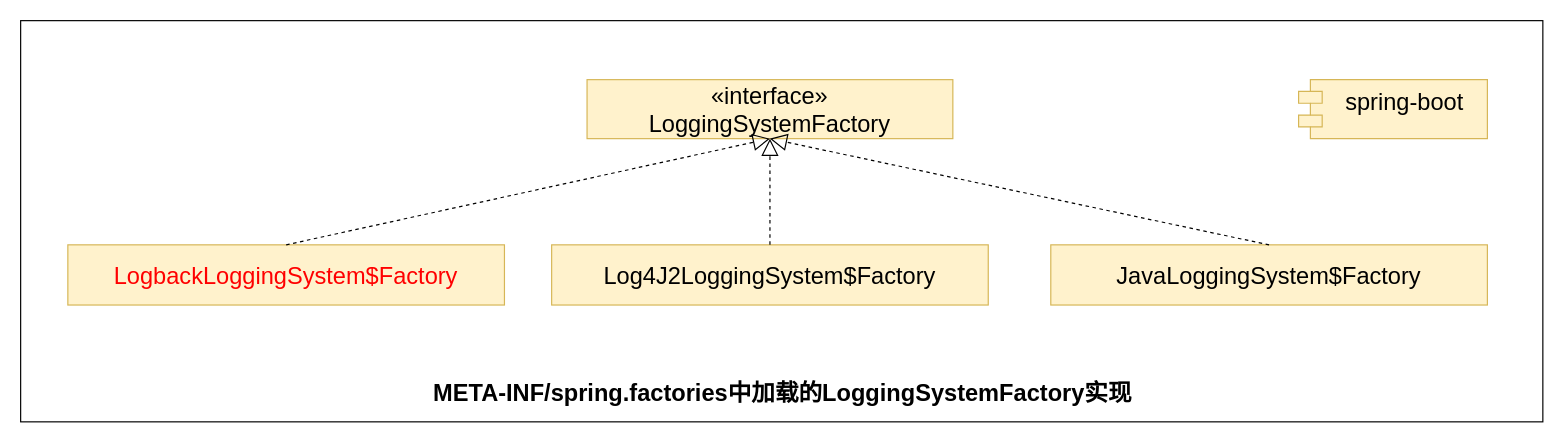
The draw.io diagram dubbo-learning-doc/drawio/源码分析/1_SpringApplication_run方法/资源加载/4_META-INF_spring_factories_LoggingSystemFactory.drawio in czwer/dubbo-learning, before the edit. Source tidied: cells renumbered, new cells numbered last; positions are measured from the earlier drawing's top-left corner, leaving out a move shared by most shapes. Both pictures are drawn from the tidied source at 118%, with x=0, y=0 at pixel (20, 20).
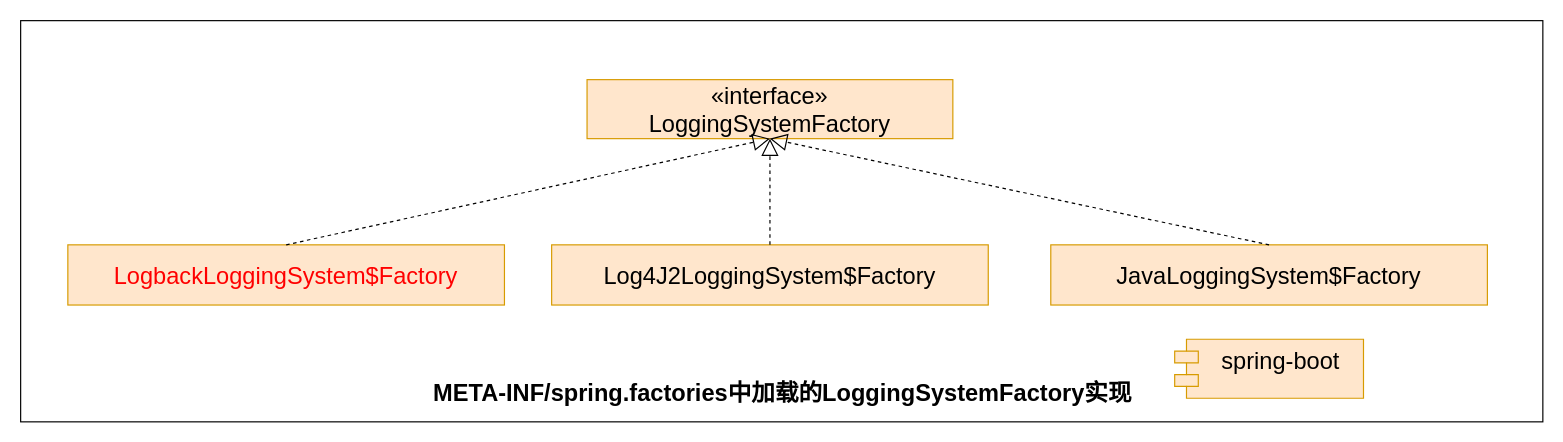
Above is the later version.

Diff of the diagram source:
```diff
@@
 <mxGraphModel>
   <root>
     <mxCell id="0" />
     <mxCell id="1" parent="0" />
     <mxCell id="2" style="rounded=0;whiteSpace=wrap;html=1;" parent="1" vertex="1">
       <mxGeometry width="1290" height="340" as="geometry" />
     </mxCell>
-    <mxCell id="3" value="«interface»&lt;br&gt;LoggingSystemFactory" style="html=1;whiteSpace=wrap;fontSize=20;fontStyle=0;fillColor=#fff2cc;strokeColor=#d6b656;" parent="1" vertex="1">
+    <mxCell id="3" value="«interface»&lt;br&gt;LoggingSystemFactory" style="html=1;whiteSpace=wrap;fontSize=20;fontStyle=0;fillColor=#ffe6cc;strokeColor=#d79b00;" parent="1" vertex="1">
       <mxGeometry x="480" y="50" width="310" height="50" as="geometry" />
     </mxCell>
-    <mxCell id="4" value="spring-boot&lt;div&gt;&lt;div&gt;&lt;br&gt;&lt;/div&gt;&lt;/div&gt;" style="shape=module;align=left;spacingLeft=20;align=center;verticalAlign=top;whiteSpace=wrap;html=1;fontSize=20;fillColor=#fff2cc;strokeColor=#d6b656;" parent="1" vertex="1">
-      <mxGeometry x="1083" y="50" width="160" height="50" as="geometry" />
+    <mxCell id="4" value="spring-boot&lt;div&gt;&lt;div&gt;&lt;br&gt;&lt;/div&gt;&lt;/div&gt;" style="shape=module;align=left;spacingLeft=20;align=center;verticalAlign=top;whiteSpace=wrap;html=1;fontSize=20;fillColor=#ffe6cc;strokeColor=#d79b00;" parent="1" vertex="1">
+      <mxGeometry x="978" y="270" width="160" height="50" as="geometry" />
     </mxCell>
-    <mxCell id="5" value="&lt;div&gt;LogbackLoggingSystem$Factory&lt;/div&gt;" style="html=1;whiteSpace=wrap;fontSize=20;verticalAlign=middle;align=center;fillColor=#fff2cc;strokeColor=#d6b656;fontColor=#FF0000;" parent="1" vertex="1">
+    <mxCell id="5" value="&lt;div&gt;&lt;font style=&quot;color: rgb(255, 0, 0);&quot;&gt;LogbackLoggingSystem$Factory&lt;/font&gt;&lt;/div&gt;" style="html=1;whiteSpace=wrap;fontSize=20;verticalAlign=middle;align=center;fillColor=#ffe6cc;strokeColor=#d79b00;" parent="1" vertex="1">
       <mxGeometry x="40" y="190" width="370" height="51" as="geometry" />
     </mxCell>
     <mxCell id="6" style="endArrow=block;dashed=1;endFill=0;endSize=12;html=1;rounded=0;exitX=0.5;exitY=0;exitDx=0;exitDy=0;entryX=0.5;entryY=1;entryDx=0;entryDy=0;" parent="1" edge="1" source="5" target="3">
       <mxGeometry relative="1" as="geometry" />
     </mxCell>
     <mxCell id="7" value="META-INF/spring.factories中加载的&lt;span style=&quot;&quot;&gt;LoggingSystemFactory&lt;/span&gt;实现" style="text;html=1;align=center;verticalAlign=middle;whiteSpace=wrap;rounded=0;fontSize=20;fontStyle=1;" parent="1" vertex="1">
       <mxGeometry x="225.5" y="300" width="840" height="30" as="geometry" />
     </mxCell>
-    <mxCell id="8" value="&lt;div&gt;Log4J2LoggingSystem$Factory&lt;/div&gt;" style="html=1;whiteSpace=wrap;fontSize=20;verticalAlign=middle;align=center;fillColor=#fff2cc;strokeColor=#d6b656;" parent="1" vertex="1">
+    <mxCell id="8" value="&lt;div&gt;Log4J2LoggingSystem$Factory&lt;/div&gt;" style="html=1;whiteSpace=wrap;fontSize=20;verticalAlign=middle;align=center;fillColor=#ffe6cc;strokeColor=#d79b00;" parent="1" vertex="1">
       <mxGeometry x="450" y="190" width="370" height="51" as="geometry" />
     </mxCell>
-    <mxCell id="9" value="&lt;div&gt;JavaLoggingSystem$Factory&lt;/div&gt;" style="html=1;whiteSpace=wrap;fontSize=20;verticalAlign=middle;align=center;fillColor=#fff2cc;strokeColor=#d6b656;" parent="1" vertex="1">
+    <mxCell id="9" value="&lt;div&gt;JavaLoggingSystem$Factory&lt;/div&gt;" style="html=1;whiteSpace=wrap;fontSize=20;verticalAlign=middle;align=center;fillColor=#ffe6cc;strokeColor=#d79b00;" parent="1" vertex="1">
       <mxGeometry x="873" y="190" width="370" height="51" as="geometry" />
     </mxCell>
     <mxCell id="10" style="endArrow=block;dashed=1;endFill=0;endSize=12;html=1;rounded=0;exitX=0.5;exitY=0;exitDx=0;exitDy=0;entryX=0.5;entryY=1;entryDx=0;entryDy=0;" parent="1" edge="1" source="8" target="3">
       <mxGeometry relative="1" as="geometry" />
     </mxCell>
     <mxCell id="11" style="endArrow=block;dashed=1;endFill=0;endSize=12;html=1;rounded=0;exitX=0.5;exitY=0;exitDx=0;exitDy=0;entryX=0.5;entryY=1;entryDx=0;entryDy=0;" parent="1" edge="1" source="9" target="3">
       <mxGeometry relative="1" as="geometry" />
     </mxCell>
   </root>
 </mxGraphModel>
```
